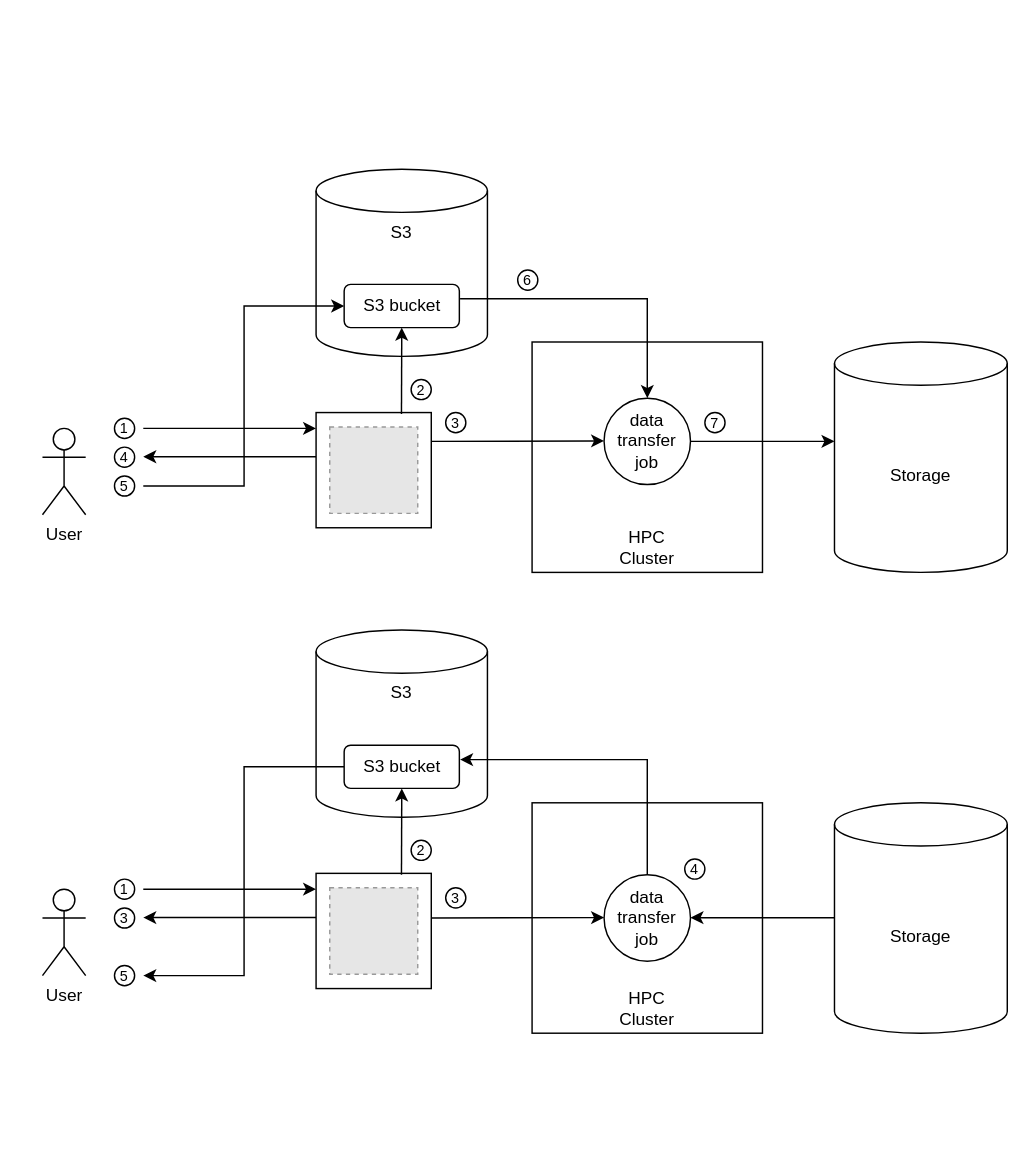
Earlier version of the draw.io diagram docs/assets/draw_io/external_storage.drawio (germanfgv/firecrest-v2). Source tidied: cells renumbered, new cells numbered last; positions are measured from the earlier drawing's top-left corner, leaving out a move shared by most shapes. Both pictures are drawn from the tidied source at 144%, with x=0, y=0 at pixel (42, 168). Pictures stored in the file or linked from it are replaced by grey dashed boxes.
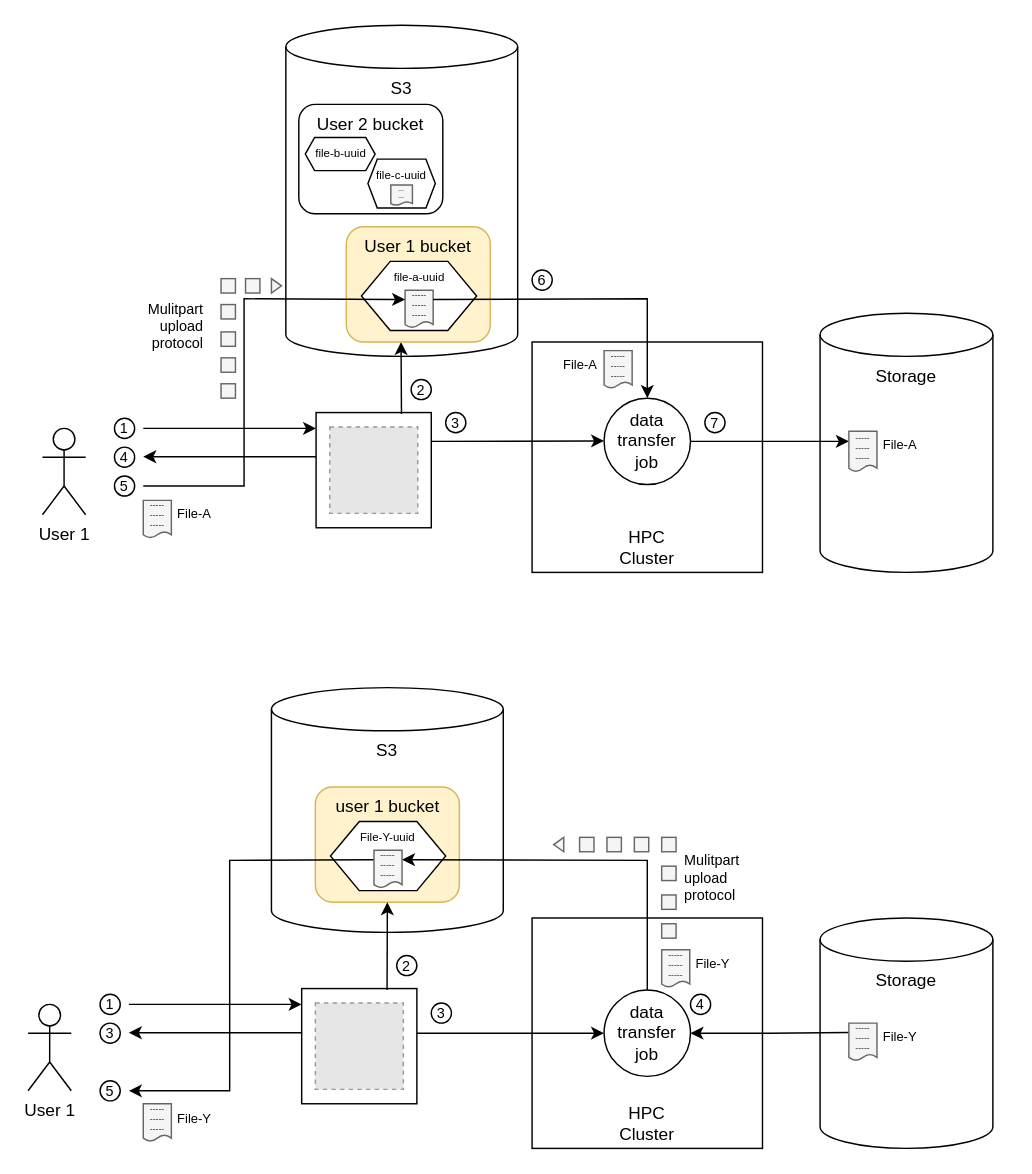
The same page after the edit.

Unchanged cells that the change refers to:
```xml
<mxCell id="10" value="data transfer job" style="ellipse;whiteSpace=wrap;html=1;" parent="1" vertex="1">
  <mxGeometry x="390" y="159" width="60" height="60" as="geometry" />
</mxCell>
```

The edit, as a diff of the source:
```diff
@@
+    <mxCell id="25" value="S3" style="shape=cylinder3;whiteSpace=wrap;html=1;boundedLbl=1;backgroundOutline=1;size=15;fontSize=12;verticalAlign=top;" parent="1" vertex="1">
+      <mxGeometry x="159" y="360" width="161" height="170" as="geometry" />
+    </mxCell>
+    <mxCell id="47" value="user 1 bucket" style="rounded=1;whiteSpace=wrap;html=1;verticalAlign=top;labelBackgroundColor=none;fillColor=#fff2cc;strokeColor=#d6b656;" parent="1" vertex="1">
+      <mxGeometry x="189.5" y="429" width="100" height="80" as="geometry" />
+    </mxCell>
+    <mxCell id="48" value="File-Y-uuid" style="shape=hexagon;perimeter=hexagonPerimeter2;whiteSpace=wrap;html=1;fixedSize=1;fontSize=8;verticalAlign=top;" parent="1" vertex="1">
+      <mxGeometry x="200" y="453" width="80" height="48" as="geometry" />
+    </mxCell>
     <mxCell id="2" value="S3" style="shape=cylinder3;whiteSpace=wrap;html=1;boundedLbl=1;backgroundOutline=1;size=15;fontSize=12;verticalAlign=top;" parent="1" vertex="1">
-      <mxGeometry x="190" width="119" height="130" as="geometry" />
+      <mxGeometry x="169" y="-100" width="161" height="230" as="geometry" />
     </mxCell>
@@
-    <mxCell id="4" value="User" style="shape=umlActor;verticalLabelPosition=bottom;verticalAlign=top;html=1;" parent="1" vertex="1">
+    <mxCell id="4" value="User 1" style="shape=umlActor;verticalLabelPosition=bottom;verticalAlign=top;html=1;" parent="1" vertex="1">
       <mxGeometry y="180" width="30" height="60" as="geometry" />
     </mxCell>
@@
-    <mxCell id="7" style="endArrow=classic;html=1;rounded=0;entryX=0;entryY=0.5;entryDx=0;entryDy=0;" parent="1" edge="1" target="22">
-      <mxGeometry relative="1" as="geometry">
-        <mxPoint x="70" y="220" as="sourcePoint" />
-        <Array as="points">
-          <mxPoint x="140" y="220" />
-          <mxPoint x="140" y="95" />
-        </Array>
-      </mxGeometry>
-    </mxCell>
-    <mxCell id="8" style="endArrow=classic;html=1;rounded=0;entryX=0.5;entryY=0;entryDx=0;entryDy=0;" parent="1" edge="1" target="10">
-      <mxGeometry relative="1" as="geometry">
-        <mxPoint x="290" y="90" as="sourcePoint" />
-        <Array as="points">
-          <mxPoint x="420" y="90" />
-        </Array>
-      </mxGeometry>
-    </mxCell>
-    <mxCell id="9" value="Storage" style="shape=cylinder3;whiteSpace=wrap;html=1;boundedLbl=1;backgroundOutline=1;size=15;fontSize=12;" parent="1" vertex="1">
-      <mxGeometry x="550" y="120" width="120" height="160" as="geometry" />
+    <mxCell id="9" value="Storage" style="shape=cylinder3;whiteSpace=wrap;html=1;boundedLbl=1;backgroundOutline=1;size=15;fontSize=12;verticalAlign=top;" parent="1" vertex="1">
+      <mxGeometry x="540" y="100" width="120" height="180" as="geometry" />
     </mxCell>
@@
-    <mxCell id="11" style="endArrow=classic;html=1;rounded=0;" parent="1" edge="1">
+    <mxCell id="11" style="endArrow=classic;html=1;rounded=0;entryX=0;entryY=0.25;entryDx=0;entryDy=0;" parent="1" edge="1" target="73">
       <mxGeometry relative="1" as="geometry">
         <mxPoint x="450" y="189" as="sourcePoint" />
-        <mxPoint x="550" y="189" as="targetPoint" />
       </mxGeometry>
     </mxCell>
@@
     <mxCell id="17" value="6" style="ellipse;whiteSpace=wrap;html=1;fontSize=10;" parent="1" vertex="1">
-      <mxGeometry x="330" y="70" width="14" height="14" as="geometry" />
+      <mxGeometry x="340" y="70" width="14" height="14" as="geometry" />
     </mxCell>
@@
-    <mxCell id="22" value="S3 bucket" style="rounded=1;whiteSpace=wrap;html=1;" parent="1" vertex="1">
-      <mxGeometry x="209.5" y="80" width="80" height="30" as="geometry" />
-    </mxCell>
-    <mxCell id="23" style="endArrow=classic;html=1;rounded=0;entryX=0.5;entryY=1;entryDx=0;entryDy=0;" parent="1" edge="1" target="22">
+    <mxCell id="23" style="endArrow=classic;html=1;rounded=0;entryX=0.5;entryY=1;entryDx=0;entryDy=0;" parent="1" edge="1">
       <mxGeometry relative="1" as="geometry">
         <mxPoint x="249.3" y="170" as="sourcePoint" />
+        <mxPoint x="249" y="120" as="targetPoint" />
       </mxGeometry>
     </mxCell>
@@
-    <mxCell id="25" value="S3" style="shape=cylinder3;whiteSpace=wrap;html=1;boundedLbl=1;backgroundOutline=1;size=15;fontSize=12;verticalAlign=top;" parent="1" vertex="1">
-      <mxGeometry x="190" y="320" width="119" height="130" as="geometry" />
-    </mxCell>
     <mxCell id="26" value="HPC&lt;div&gt;Cluster&lt;/div&gt;" style="whiteSpace=wrap;html=1;verticalAlign=bottom;" parent="1" vertex="1">
-      <mxGeometry x="340" y="440" width="160" height="160" as="geometry" />
+      <mxGeometry x="340" y="520" width="160" height="160" as="geometry" />
     </mxCell>
-    <mxCell id="27" value="User" style="shape=umlActor;verticalLabelPosition=bottom;verticalAlign=top;html=1;" parent="1" vertex="1">
-      <mxGeometry y="500" width="30" height="60" as="geometry" />
+    <mxCell id="27" value="User 1" style="shape=umlActor;verticalLabelPosition=bottom;verticalAlign=top;html=1;" parent="1" vertex="1">
+      <mxGeometry x="-10" y="580" width="30" height="60" as="geometry" />
     </mxCell>
     <mxCell id="28" style="endArrow=classic;html=1;rounded=0;entryX=0;entryY=0.75;entryDx=0;entryDy=0;" parent="1" edge="1">
       <mxGeometry relative="1" as="geometry">
-        <mxPoint x="70" y="500" as="sourcePoint" />
-        <mxPoint x="190" y="500" as="targetPoint" />
+        <mxPoint x="60" y="580" as="sourcePoint" />
+        <mxPoint x="180" y="580" as="targetPoint" />
       </mxGeometry>
     </mxCell>
     <mxCell id="29" style="endArrow=classic;html=1;rounded=0;exitX=0;exitY=0.25;exitDx=0;exitDy=0;" parent="1" edge="1">
       <mxGeometry relative="1" as="geometry">
-        <mxPoint x="190" y="519.7" as="sourcePoint" />
-        <mxPoint x="70" y="519.7" as="targetPoint" />
+        <mxPoint x="180" y="599.7" as="sourcePoint" />
+        <mxPoint x="60" y="599.7" as="targetPoint" />
       </mxGeometry>
     </mxCell>
-    <mxCell id="30" style="endArrow=none;html=1;rounded=0;entryX=0;entryY=0.5;entryDx=0;entryDy=0;startArrow=classic;startFill=1;" parent="1" edge="1" target="43">
+    <mxCell id="30" style="endArrow=none;html=1;rounded=0;entryX=0;entryY=0.25;entryDx=0;entryDy=0;startArrow=classic;startFill=1;" parent="1" edge="1" target="59">
       <mxGeometry relative="1" as="geometry">
-        <mxPoint x="70" y="560" as="sourcePoint" />
+        <mxPoint x="60" y="640" as="sourcePoint" />
         <Array as="points">
-          <mxPoint x="140" y="560" />
-          <mxPoint x="140" y="415" />
+          <mxPoint x="130" y="640" />
+          <mxPoint x="130" y="480" />
         </Array>
       </mxGeometry>
     </mxCell>
-    <mxCell id="31" style="endArrow=none;html=1;rounded=0;entryX=0.5;entryY=0;entryDx=0;entryDy=0;startArrow=classic;startFill=1;" parent="1" edge="1" target="33">
+    <mxCell id="31" style="endArrow=none;html=1;rounded=0;entryX=0.5;entryY=0;entryDx=0;entryDy=0;startArrow=classic;startFill=1;exitX=1;exitY=0.25;exitDx=0;exitDy=0;" parent="1" edge="1" source="59" target="33">
       <mxGeometry relative="1" as="geometry">
-        <mxPoint x="290" y="410" as="sourcePoint" />
         <Array as="points">
-          <mxPoint x="420" y="410" />
+          <mxPoint x="420" y="480" />
         </Array>
       </mxGeometry>
     </mxCell>
-    <mxCell id="32" value="Storage" style="shape=cylinder3;whiteSpace=wrap;html=1;boundedLbl=1;backgroundOutline=1;size=15;fontSize=12;" parent="1" vertex="1">
-      <mxGeometry x="550" y="440" width="120" height="160" as="geometry" />
+    <mxCell id="32" value="Storage" style="shape=cylinder3;whiteSpace=wrap;html=1;boundedLbl=1;backgroundOutline=1;size=15;fontSize=12;verticalAlign=top;" parent="1" vertex="1">
+      <mxGeometry x="540" y="520" width="120" height="160" as="geometry" />
     </mxCell>
     <mxCell id="33" value="data transfer job" style="ellipse;whiteSpace=wrap;html=1;" parent="1" vertex="1">
-      <mxGeometry x="390" y="490" width="60" height="60" as="geometry" />
+      <mxGeometry x="390" y="570" width="60" height="60" as="geometry" />
     </mxCell>
-    <mxCell id="34" style="endArrow=none;html=1;rounded=0;startArrow=classic;startFill=1;" parent="1" edge="1">
-      <mxGeometry relative="1" as="geometry">
-        <mxPoint x="450" y="519.8" as="sourcePoint" />
-        <mxPoint x="550" y="519.8" as="targetPoint" />
-      </mxGeometry>
-    </mxCell>
     <mxCell id="35" value="1" style="ellipse;whiteSpace=wrap;html=1;fontSize=10;" parent="1" vertex="1">
-      <mxGeometry x="50" y="493" width="14" height="14" as="geometry" />
+      <mxGeometry x="40" y="573" width="14" height="14" as="geometry" />
     </mxCell>
     <mxCell id="36" value="3" style="ellipse;whiteSpace=wrap;html=1;fontSize=10;" parent="1" vertex="1">
-      <mxGeometry x="280" y="499" width="14" height="14" as="geometry" />
+      <mxGeometry x="270" y="579" width="14" height="14" as="geometry" />
     </mxCell>
     <mxCell id="37" value="2" style="ellipse;whiteSpace=wrap;html=1;fontSize=10;" parent="1" vertex="1">
-      <mxGeometry x="256" y="466" width="14" height="14" as="geometry" />
+      <mxGeometry x="246" y="546" width="14" height="14" as="geometry" />
     </mxCell>
     <mxCell id="38" value="3" style="ellipse;whiteSpace=wrap;html=1;fontSize=10;" parent="1" vertex="1">
-      <mxGeometry x="50" y="513" width="14" height="14" as="geometry" />
+      <mxGeometry x="40" y="593" width="14" height="14" as="geometry" />
     </mxCell>
     <mxCell id="39" value="5" style="ellipse;whiteSpace=wrap;html=1;fontSize=10;" parent="1" vertex="1">
-      <mxGeometry x="50" y="553" width="14" height="14" as="geometry" />
+      <mxGeometry x="40" y="633" width="14" height="14" as="geometry" />
     </mxCell>
     <mxCell id="40" style="group;" parent="1" vertex="1">
-      <mxGeometry x="190" y="489" width="80" height="80" as="geometry" />
+      <mxGeometry x="180" y="569" width="80" height="80" as="geometry" />
     </mxCell>
@@
-    <mxCell id="43" value="S3 bucket" style="rounded=1;whiteSpace=wrap;html=1;" parent="1" vertex="1">
-      <mxGeometry x="209.5" y="400" width="80" height="30" as="geometry" />
-    </mxCell>
-    <mxCell id="44" style="endArrow=classic;html=1;rounded=0;entryX=0.5;entryY=1;entryDx=0;entryDy=0;" parent="1" edge="1" target="43">
+    <mxCell id="44" style="endArrow=classic;html=1;rounded=0;entryX=0.5;entryY=1;entryDx=0;entryDy=0;" parent="1" edge="1" target="47">
       <mxGeometry relative="1" as="geometry">
-        <mxPoint x="249.3" y="490" as="sourcePoint" />
+        <mxPoint x="239.3" y="570" as="sourcePoint" />
       </mxGeometry>
     </mxCell>
-    <mxCell id="45" style="endArrow=classic;html=1;rounded=0;" parent="1" edge="1">
+    <mxCell id="45" style="endArrow=classic;html=1;rounded=0;entryX=0;entryY=0.5;entryDx=0;entryDy=0;" parent="1" edge="1" target="33">
       <mxGeometry relative="1" as="geometry">
-        <mxPoint x="270" y="520" as="sourcePoint" />
-        <mxPoint x="390" y="519.7" as="targetPoint" />
+        <mxPoint x="260" y="600" as="sourcePoint" />
       </mxGeometry>
     </mxCell>
     <mxCell id="46" value="4" style="ellipse;whiteSpace=wrap;html=1;fontSize=10;" parent="1" vertex="1">
-      <mxGeometry x="446" y="479" width="14" height="14" as="geometry" />
+      <mxGeometry x="450" y="573" width="14" height="14" as="geometry" />
     </mxCell>
+    <mxCell id="49" style="edgeStyle=orthogonalEdgeStyle;rounded=0;jettySize=auto;html=1;exitX=1;exitY=0.5;exitDx=0;exitDy=0;startArrow=classic;startFill=1;endArrow=none;entryX=0;entryY=0.25;entryDx=0;entryDy=0;" parent="1" edge="1" source="33" target="50">
+      <mxGeometry relative="1" as="geometry" />
+    </mxCell>
+    <mxCell id="50" value="-----&lt;div&gt;-----&lt;div&gt;-----&lt;/div&gt;&lt;/div&gt;" style="shape=document;whiteSpace=wrap;html=1;boundedLbl=1;size=0.16666666666666666;fontSize=6;fillColor=#f5f5f5;fontColor=#333333;strokeColor=#666666;" parent="1" vertex="1">
+      <mxGeometry x="560" y="593" width="19.5" height="26" as="geometry" />
+    </mxCell>
+    <mxCell id="51" value="-----&lt;div&gt;-----&lt;div&gt;-----&lt;/div&gt;&lt;/div&gt;" style="shape=document;whiteSpace=wrap;html=1;boundedLbl=1;size=0.16666666666666666;fontSize=6;fillColor=#f5f5f5;fontColor=#333333;strokeColor=#666666;" parent="1" vertex="1">
+      <mxGeometry x="430" y="542" width="19.5" height="26" as="geometry" />
+    </mxCell>
+    <mxCell id="52" style="whiteSpace=wrap;html=1;fillColor=#f5f5f5;fontColor=#333333;strokeColor=#666666;" parent="1" vertex="1">
+      <mxGeometry x="411" y="464" width="10" height="10" as="geometry" />
+    </mxCell>
+    <mxCell id="53" style="whiteSpace=wrap;html=1;fillColor=#f5f5f5;fontColor=#333333;strokeColor=#666666;" parent="1" vertex="1">
+      <mxGeometry x="430" y="464" width="10" height="10" as="geometry" />
+    </mxCell>
+    <mxCell id="54" style="whiteSpace=wrap;html=1;fillColor=#f5f5f5;fontColor=#333333;strokeColor=#666666;" parent="1" vertex="1">
+      <mxGeometry x="430" y="484" width="10" height="10" as="geometry" />
+    </mxCell>
+    <mxCell id="55" style="whiteSpace=wrap;html=1;fillColor=#f5f5f5;fontColor=#333333;strokeColor=#666666;" parent="1" vertex="1">
+      <mxGeometry x="430" y="504" width="10" height="10" as="geometry" />
+    </mxCell>
+    <mxCell id="56" style="whiteSpace=wrap;html=1;fillColor=#f5f5f5;fontColor=#333333;strokeColor=#666666;" parent="1" vertex="1">
+      <mxGeometry x="430" y="524" width="10" height="10" as="geometry" />
+    </mxCell>
+    <mxCell id="57" style="whiteSpace=wrap;html=1;fillColor=#f5f5f5;fontColor=#333333;strokeColor=#666666;" parent="1" vertex="1">
+      <mxGeometry x="373" y="464" width="10" height="10" as="geometry" />
+    </mxCell>
+    <mxCell id="58" style="whiteSpace=wrap;html=1;fillColor=#f5f5f5;fontColor=#333333;strokeColor=#666666;" parent="1" vertex="1">
+      <mxGeometry x="392" y="464" width="10" height="10" as="geometry" />
+    </mxCell>
+    <mxCell id="59" value="-----&lt;div&gt;-----&lt;div&gt;-----&lt;/div&gt;&lt;/div&gt;" style="shape=document;whiteSpace=wrap;html=1;boundedLbl=1;size=0.16666666666666666;fontSize=6;fillColor=#f5f5f5;fontColor=#333333;strokeColor=#666666;" parent="1" vertex="1">
+      <mxGeometry x="230.2" y="473" width="19.5" height="26" as="geometry" />
+    </mxCell>
+    <mxCell id="60" value="Mulitpart upload protocol" style="text;html=1;align=left;verticalAlign=middle;whiteSpace=wrap;rounded=0;fontSize=10;" parent="1" vertex="1">
+      <mxGeometry x="443.5" y="467" width="60" height="50" as="geometry" />
+    </mxCell>
+    <mxCell id="61" value="-----&lt;div&gt;-----&lt;div&gt;-----&lt;/div&gt;&lt;/div&gt;" style="shape=document;whiteSpace=wrap;html=1;boundedLbl=1;size=0.16666666666666666;fontSize=6;fillColor=#f5f5f5;fontColor=#333333;strokeColor=#666666;" parent="1" vertex="1">
+      <mxGeometry x="70" y="649" width="19.5" height="26" as="geometry" />
+    </mxCell>
+    <mxCell id="62" value="-----&lt;div&gt;-----&lt;div&gt;-----&lt;/div&gt;&lt;/div&gt;" style="shape=document;whiteSpace=wrap;html=1;boundedLbl=1;size=0.16666666666666666;fontSize=6;fillColor=#f5f5f5;fontColor=#333333;strokeColor=#666666;" parent="1" vertex="1">
+      <mxGeometry x="70" y="230" width="19.5" height="26" as="geometry" />
+    </mxCell>
+    <mxCell id="63" style="whiteSpace=wrap;html=1;fillColor=#f5f5f5;fontColor=#333333;strokeColor=#666666;" parent="1" vertex="1">
+      <mxGeometry x="124" y="149" width="10" height="10" as="geometry" />
+    </mxCell>
+    <mxCell id="64" style="whiteSpace=wrap;html=1;fillColor=#f5f5f5;fontColor=#333333;strokeColor=#666666;" parent="1" vertex="1">
+      <mxGeometry x="124" y="76" width="10" height="10" as="geometry" />
+    </mxCell>
+    <mxCell id="65" style="whiteSpace=wrap;html=1;fillColor=#f5f5f5;fontColor=#333333;strokeColor=#666666;" parent="1" vertex="1">
+      <mxGeometry x="124" y="94" width="10" height="10" as="geometry" />
+    </mxCell>
+    <mxCell id="66" style="whiteSpace=wrap;html=1;fillColor=#f5f5f5;fontColor=#333333;strokeColor=#666666;" parent="1" vertex="1">
+      <mxGeometry x="124" y="113" width="10" height="10" as="geometry" />
+    </mxCell>
+    <mxCell id="67" style="whiteSpace=wrap;html=1;fillColor=#f5f5f5;fontColor=#333333;strokeColor=#666666;" parent="1" vertex="1">
+      <mxGeometry x="124" y="131" width="10" height="10" as="geometry" />
+    </mxCell>
+    <mxCell id="68" style="whiteSpace=wrap;html=1;fillColor=#f5f5f5;fontColor=#333333;strokeColor=#666666;" parent="1" vertex="1">
+      <mxGeometry x="141" y="76" width="10" height="10" as="geometry" />
+    </mxCell>
+    <mxCell id="69" value="Mulitpart upload protocol" style="text;html=1;align=right;verticalAlign=middle;whiteSpace=wrap;rounded=0;fontSize=10;" parent="1" vertex="1">
+      <mxGeometry x="54" y="84" width="60" height="50" as="geometry" />
+    </mxCell>
+    <mxCell id="70" style="triangle;whiteSpace=wrap;html=1;fillColor=#f5f5f5;fontColor=#333333;strokeColor=#666666;rotation=-180;" parent="1" vertex="1">
+      <mxGeometry x="355" y="464" width="7" height="10" as="geometry" />
+    </mxCell>
+    <mxCell id="71" style="triangle;whiteSpace=wrap;html=1;fillColor=#f5f5f5;fontColor=#333333;strokeColor=#666666;rotation=0;" parent="1" vertex="1">
+      <mxGeometry x="159" y="76" width="7" height="10" as="geometry" />
+    </mxCell>
+    <mxCell id="72" value="-----&lt;div&gt;-----&lt;div&gt;-----&lt;/div&gt;&lt;/div&gt;" style="shape=document;whiteSpace=wrap;html=1;boundedLbl=1;size=0.16666666666666666;fontSize=6;fillColor=#f5f5f5;fontColor=#333333;strokeColor=#666666;" parent="1" vertex="1">
+      <mxGeometry x="390" y="126" width="19.5" height="26" as="geometry" />
+    </mxCell>
+    <mxCell id="73" value="-----&lt;div&gt;-----&lt;div&gt;-----&lt;/div&gt;&lt;/div&gt;" style="shape=document;whiteSpace=wrap;html=1;boundedLbl=1;size=0.16666666666666666;fontSize=6;fillColor=#f5f5f5;fontColor=#333333;strokeColor=#666666;" parent="1" vertex="1">
+      <mxGeometry x="560" y="182" width="19.5" height="28" as="geometry" />
+    </mxCell>
+    <mxCell id="74" value="File-Y" style="text;html=1;align=left;verticalAlign=middle;whiteSpace=wrap;rounded=0;fontSize=9;" parent="1" vertex="1">
+      <mxGeometry x="91.5" y="649" width="30.5" height="21" as="geometry" />
+    </mxCell>
+    <mxCell id="75" value="File-Y" style="text;html=1;align=left;verticalAlign=middle;whiteSpace=wrap;rounded=0;fontSize=9;" parent="1" vertex="1">
+      <mxGeometry x="451.5" y="542" width="30.5" height="20" as="geometry" />
+    </mxCell>
+    <mxCell id="76" value="File-Y" style="text;html=1;align=left;verticalAlign=middle;whiteSpace=wrap;rounded=0;fontSize=9;" parent="1" vertex="1">
+      <mxGeometry x="581.5" y="593" width="30.5" height="20" as="geometry" />
+    </mxCell>
+    <mxCell id="77" value="File-A" style="text;html=1;align=left;verticalAlign=middle;whiteSpace=wrap;rounded=0;fontSize=9;" parent="1" vertex="1">
+      <mxGeometry x="581.5" y="182" width="30.5" height="20" as="geometry" />
+    </mxCell>
+    <mxCell id="78" value="File-A" style="text;html=1;align=left;verticalAlign=middle;whiteSpace=wrap;rounded=0;fontSize=9;" parent="1" vertex="1">
+      <mxGeometry x="360" y="126" width="30.5" height="20" as="geometry" />
+    </mxCell>
+    <mxCell id="79" value="File-A" style="text;html=1;align=left;verticalAlign=middle;whiteSpace=wrap;rounded=0;fontSize=9;" parent="1" vertex="1">
+      <mxGeometry x="91.5" y="230" width="30.5" height="20" as="geometry" />
+    </mxCell>
+    <mxCell id="80" style="group;" parent="1" vertex="1">
+      <mxGeometry x="178" y="-45" width="100" height="76" as="geometry" />
+    </mxCell>
+    <mxCell id="81" value="User 2 bucket" style="rounded=1;whiteSpace=wrap;html=1;verticalAlign=top;labelBackgroundColor=none;" parent="80" vertex="1">
+      <mxGeometry width="100" height="76" as="geometry" />
+    </mxCell>
+    <mxCell id="82" value="file-b-uuid" style="shape=hexagon;perimeter=hexagonPerimeter2;whiteSpace=wrap;html=1;fixedSize=1;fontSize=8;verticalAlign=top;size=6.5;" parent="80" vertex="1">
+      <mxGeometry x="4.5" y="23" width="48.5" height="23" as="geometry" />
+    </mxCell>
+    <mxCell id="83" value="file-c-uuid" style="shape=hexagon;perimeter=hexagonPerimeter2;whiteSpace=wrap;html=1;fixedSize=1;fontSize=8;verticalAlign=top;size=6.5;" parent="80" vertex="1">
+      <mxGeometry x="48" y="38" width="46.8" height="34" as="geometry" />
+    </mxCell>
+    <mxCell id="84" value="---&lt;div&gt;---&lt;/div&gt;" style="shape=document;whiteSpace=wrap;html=1;boundedLbl=1;size=0.16666666666666666;fontSize=4;fillColor=#f5f5f5;fontColor=#333333;strokeColor=#666666;" parent="80" vertex="1">
+      <mxGeometry x="63.9" y="56" width="15" height="14" as="geometry" />
+    </mxCell>
+    <mxCell id="85" style="group;" parent="1" vertex="1">
+      <mxGeometry x="211" y="40" width="100" height="80" as="geometry" />
+    </mxCell>
+    <mxCell id="86" value="User 1 bucket" style="rounded=1;whiteSpace=wrap;html=1;verticalAlign=top;labelBackgroundColor=none;fillColor=#fff2cc;strokeColor=#d6b656;" parent="85" vertex="1">
+      <mxGeometry width="100" height="80" as="geometry" />
+    </mxCell>
+    <mxCell id="87" value="file-a-uuid" style="shape=hexagon;perimeter=hexagonPerimeter2;whiteSpace=wrap;html=1;fixedSize=1;fontSize=8;verticalAlign=top;" parent="85" vertex="1">
+      <mxGeometry x="10.5" y="24" width="80" height="48" as="geometry" />
+    </mxCell>
+    <mxCell id="88" value="-----&lt;div&gt;-----&lt;div&gt;-----&lt;/div&gt;&lt;/div&gt;" style="shape=document;whiteSpace=wrap;html=1;boundedLbl=1;size=0.16666666666666666;fontSize=6;fillColor=#f5f5f5;fontColor=#333333;strokeColor=#666666;" parent="85" vertex="1">
+      <mxGeometry x="40.8" y="44" width="19.5" height="26" as="geometry" />
+    </mxCell>
+    <mxCell id="7" style="endArrow=classic;html=1;rounded=0;entryX=0;entryY=0.25;entryDx=0;entryDy=0;" parent="1" edge="1" target="88">
+      <mxGeometry relative="1" as="geometry">
+        <mxPoint x="70" y="220" as="sourcePoint" />
+        <Array as="points">
+          <mxPoint x="140" y="220" />
+          <mxPoint x="140" y="90" />
+        </Array>
+      </mxGeometry>
+    </mxCell>
+    <mxCell id="8" style="endArrow=classic;html=1;rounded=0;entryX=0.5;entryY=0;entryDx=0;entryDy=0;exitX=1;exitY=0.25;exitDx=0;exitDy=0;" parent="1" edge="1" source="88" target="10">
+      <mxGeometry relative="1" as="geometry">
+        <Array as="points">
+          <mxPoint x="420" y="90" />
+        </Array>
+      </mxGeometry>
+    </mxCell>
```
